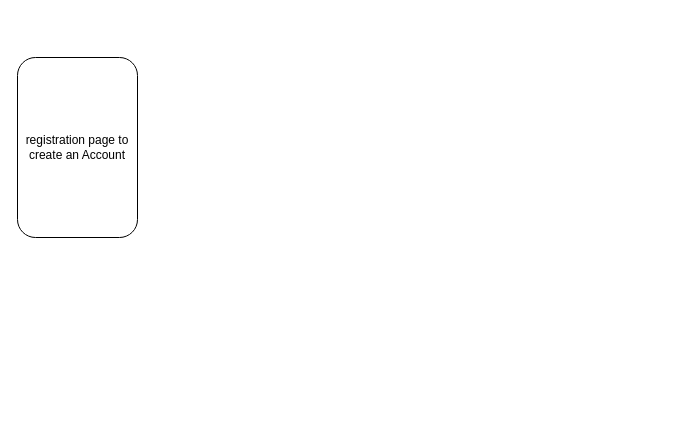
janPawek/PHPexcercises keeps this draw.io diagram as PHP_Day05_10/PHP06_draw.drawio. Above is the earlier version. Source tidied: cells renumbered, new cells numbered last; positions are measured from the earlier drawing's top-left corner, leaving out a move shared by most shapes. Both pictures are drawn from the tidied source at 100%, with x=0, y=0 at pixel (17, 57).
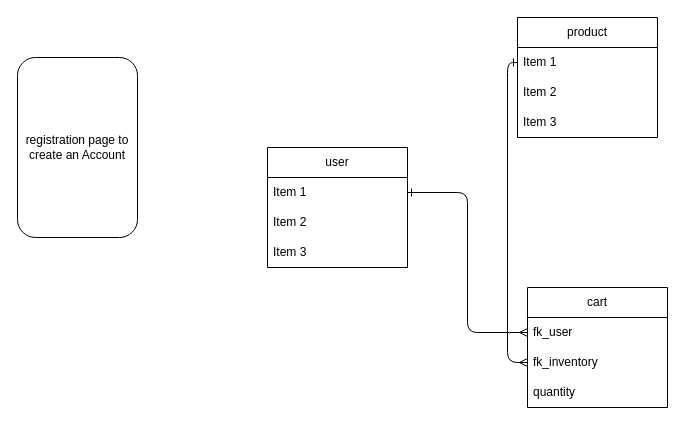
Above is the later version.

What changed in the source:
```diff
@@
 <mxGraphModel>
   <root>
     <mxCell id="0" />
     <mxCell id="1" parent="0" />
     <mxCell id="2" value="registration page to create an Account" style="rounded=1;whiteSpace=wrap;html=1;" parent="1" vertex="1">
       <mxGeometry width="120" height="180" as="geometry" />
     </mxCell>
+    <mxCell id="3" value="user" style="swimlane;fontStyle=0;horizontal=1;startSize=30;whiteSpace=wrap;html=1;" parent="1" vertex="1">
+      <mxGeometry x="250" y="90" width="140" height="120" as="geometry" />
+    </mxCell>
+    <mxCell id="4" value="Item 1" style="text;strokeColor=none;fillColor=none;align=left;verticalAlign=middle;spacingLeft=4;spacingRight=4;overflow=hidden;points=[[0,0.5],[1,0.5]];portConstraint=eastwest;whiteSpace=wrap;html=1;" parent="3" vertex="1">
+      <mxGeometry y="30" width="140" height="30" as="geometry" />
+    </mxCell>
+    <mxCell id="5" value="Item 2" style="text;strokeColor=none;fillColor=none;align=left;verticalAlign=middle;spacingLeft=4;spacingRight=4;overflow=hidden;whiteSpace=wrap;html=1;" parent="3" vertex="1">
+      <mxGeometry y="60" width="140" height="30" as="geometry" />
+    </mxCell>
+    <mxCell id="6" value="Item 3" style="text;strokeColor=none;fillColor=none;align=left;verticalAlign=middle;spacingLeft=4;spacingRight=4;overflow=hidden;whiteSpace=wrap;html=1;" parent="3" vertex="1">
+      <mxGeometry y="90" width="140" height="30" as="geometry" />
+    </mxCell>
+    <mxCell id="7" value="product" style="swimlane;fontStyle=0;horizontal=1;startSize=30;whiteSpace=wrap;html=1;" parent="1" vertex="1">
+      <mxGeometry x="500" y="-40" width="140" height="120" as="geometry" />
+    </mxCell>
+    <mxCell id="8" value="Item 1" style="text;strokeColor=none;fillColor=none;align=left;verticalAlign=middle;spacingLeft=4;spacingRight=4;overflow=hidden;points=[[0,0.5],[1,0.5]];portConstraint=eastwest;whiteSpace=wrap;html=1;" parent="7" vertex="1">
+      <mxGeometry y="30" width="140" height="30" as="geometry" />
+    </mxCell>
+    <mxCell id="9" value="Item 2" style="text;strokeColor=none;fillColor=none;align=left;verticalAlign=middle;spacingLeft=4;spacingRight=4;overflow=hidden;whiteSpace=wrap;html=1;" parent="7" vertex="1">
+      <mxGeometry y="60" width="140" height="30" as="geometry" />
+    </mxCell>
+    <mxCell id="10" value="Item 3" style="text;strokeColor=none;fillColor=none;align=left;verticalAlign=middle;spacingLeft=4;spacingRight=4;overflow=hidden;whiteSpace=wrap;html=1;" parent="7" vertex="1">
+      <mxGeometry y="90" width="140" height="30" as="geometry" />
+    </mxCell>
+    <mxCell id="11" value="cart" style="swimlane;fontStyle=0;horizontal=1;startSize=30;whiteSpace=wrap;html=1;" parent="1" vertex="1">
+      <mxGeometry x="510" y="230" width="140" height="120" as="geometry" />
+    </mxCell>
+    <mxCell id="12" value="fk_user" style="text;strokeColor=none;fillColor=none;align=left;verticalAlign=middle;spacingLeft=4;spacingRight=4;overflow=hidden;points=[[0,0.5],[1,0.5]];portConstraint=eastwest;whiteSpace=wrap;html=1;" parent="11" vertex="1">
+      <mxGeometry y="30" width="140" height="30" as="geometry" />
+    </mxCell>
+    <mxCell id="13" value="fk_inventory" style="text;strokeColor=none;fillColor=none;align=left;verticalAlign=middle;spacingLeft=4;spacingRight=4;overflow=hidden;points=[[0,0.5],[1,0.5]];portConstraint=eastwest;whiteSpace=wrap;html=1;" parent="11" vertex="1">
+      <mxGeometry y="60" width="140" height="30" as="geometry" />
+    </mxCell>
+    <mxCell id="14" value="quantity" style="text;strokeColor=none;fillColor=none;align=left;verticalAlign=middle;spacingLeft=4;spacingRight=4;overflow=hidden;whiteSpace=wrap;html=1;" parent="11" vertex="1">
+      <mxGeometry y="90" width="140" height="30" as="geometry" />
+    </mxCell>
+    <mxCell id="15" style="edgeStyle=orthogonalEdgeStyle;html=1;exitX=1;exitY=0.5;exitDx=0;exitDy=0;entryX=0;entryY=0.5;entryDx=0;entryDy=0;endArrow=ERmany;endFill=0;startArrow=ERone;startFill=0;" parent="1" edge="1" source="4" target="12">
+      <mxGeometry relative="1" as="geometry" />
+    </mxCell>
+    <mxCell id="16" style="edgeStyle=orthogonalEdgeStyle;html=1;exitX=0;exitY=0.5;exitDx=0;exitDy=0;entryX=0;entryY=0.5;entryDx=0;entryDy=0;endArrow=ERmany;endFill=0;startArrow=ERone;startFill=0;" parent="1" edge="1" source="8" target="13">
+      <mxGeometry relative="1" as="geometry" />
+    </mxCell>
   </root>
 </mxGraphModel>
```
